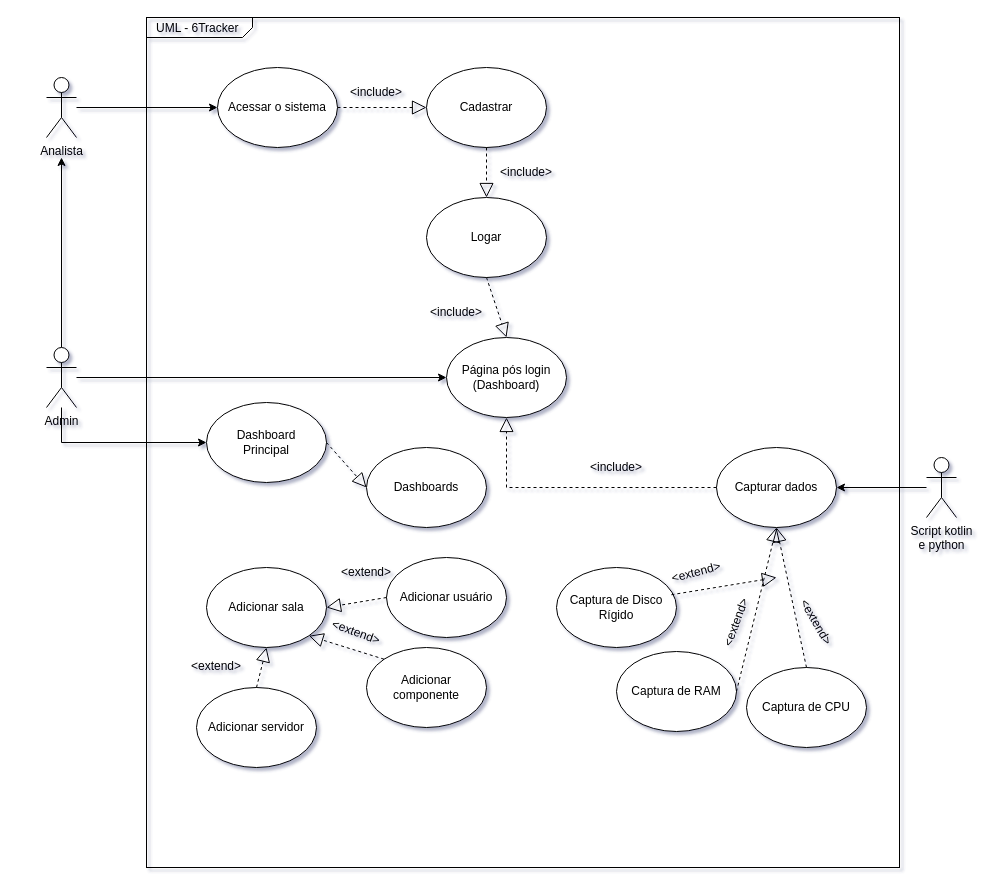
This is Site/Documentação/Documentação ALL/UML - 6Tracker.drawio from Monitoramento-Dados-Sensiveis/6tracker, a draw.io file, before an edit. Source tidied: cells renumbered, new cells numbered last; positions are measured from the earlier drawing's top-left corner, leaving out a move shared by most shapes. Both pictures are drawn from the tidied source at 100%, with x=0, y=0 at pixel (46, 17).
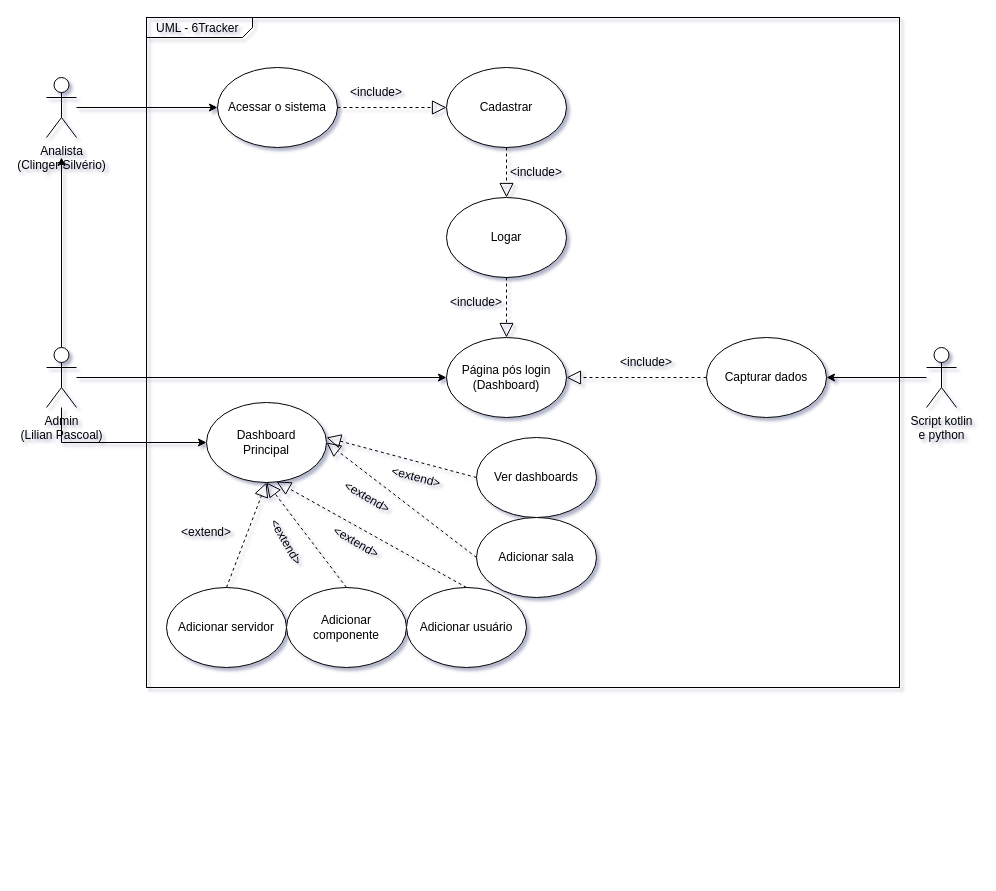
The same page after the edit.

Commit message (it also covers changes not shown here):
Atualizando a UML e o script de R

Unchanged cells that the change refers to:
```xml
<mxCell id="14" value="Página pós login&lt;br&gt;(Dashboard)" style="ellipse;whiteSpace=wrap;html=1;" parent="1" vertex="1">
  <mxGeometry x="400" y="320" width="120" height="80" as="geometry" />
</mxCell>
<mxCell id="43" value="Dashboard &lt;br&gt;Principal" style="ellipse;whiteSpace=wrap;html=1;" parent="1" vertex="1">
  <mxGeometry x="160" y="385" width="120" height="80" as="geometry" />
</mxCell>
```

Change to the diagram source:
```diff
@@
     <mxCell id="2" value="&lt;p style=&quot;margin: 0px ; margin-top: 4px ; margin-left: 10px ; text-align: left&quot;&gt;UML - 6Tracker&lt;/p&gt;" style="html=1;strokeWidth=1;shape=mxgraph.sysml.package;html=1;overflow=fill;whiteSpace=wrap;fillColor=none;gradientColor=none;fontSize=12;align=center;labelX=106.33;" parent="1" vertex="1">
-      <mxGeometry x="100" width="753" height="850" as="geometry" />
+      <mxGeometry x="100" width="753" height="670" as="geometry" />
     </mxCell>
@@
-    <mxCell id="4" value="Analista" style="shape=umlActor;verticalLabelPosition=bottom;verticalAlign=top;html=1;outlineConnect=0;" parent="1" vertex="1">
+    <mxCell id="4" value="Analista&lt;br&gt;(Clinger Silvério)" style="shape=umlActor;verticalLabelPosition=bottom;verticalAlign=top;html=1;outlineConnect=0;" parent="1" vertex="1">
       <mxGeometry y="60" width="30" height="60" as="geometry" />
     </mxCell>
@@
-    <mxCell id="8" value="Admin" style="shape=umlActor;verticalLabelPosition=bottom;verticalAlign=top;html=1;outlineConnect=0;" parent="1" vertex="1">
+    <mxCell id="8" value="Admin&lt;br&gt;(Lilian Pascoal)" style="shape=umlActor;verticalLabelPosition=bottom;verticalAlign=top;html=1;outlineConnect=0;" parent="1" vertex="1">
       <mxGeometry y="330" width="30" height="60" as="geometry" />
     </mxCell>
@@
     <mxCell id="10" value="Cadastrar" style="ellipse;whiteSpace=wrap;html=1;" parent="1" vertex="1">
-      <mxGeometry x="380" y="50" width="120" height="80" as="geometry" />
+      <mxGeometry x="400" y="50" width="120" height="80" as="geometry" />
     </mxCell>
@@
     <mxCell id="13" value="Logar" style="ellipse;whiteSpace=wrap;html=1;" parent="1" vertex="1">
-      <mxGeometry x="380" y="180" width="120" height="80" as="geometry" />
+      <mxGeometry x="400" y="180" width="120" height="80" as="geometry" />
     </mxCell>
@@
     <mxCell id="16" value="&amp;lt;include&amp;gt;" style="text;html=1;strokeColor=none;fillColor=none;align=center;verticalAlign=middle;whiteSpace=wrap;rounded=0;rotation=0;" parent="1" vertex="1">
-      <mxGeometry x="380" y="280" width="60" height="30" as="geometry" />
+      <mxGeometry x="400" y="270" width="60" height="30" as="geometry" />
     </mxCell>
     <mxCell id="17" value="Adicionar sala" style="ellipse;whiteSpace=wrap;html=1;" parent="1" vertex="1">
-      <mxGeometry x="160" y="550" width="120" height="80" as="geometry" />
+      <mxGeometry x="430" y="500" width="120" height="80" as="geometry" />
     </mxCell>
     <mxCell id="18" value="Adicionar servidor" style="ellipse;whiteSpace=wrap;html=1;" parent="1" vertex="1">
-      <mxGeometry x="150" y="670" width="120" height="80" as="geometry" />
+      <mxGeometry x="120" y="570" width="120" height="80" as="geometry" />
     </mxCell>
     <mxCell id="19" value="Adicionar componente" style="ellipse;whiteSpace=wrap;html=1;" parent="1" vertex="1">
-      <mxGeometry x="320" y="630" width="120" height="80" as="geometry" />
+      <mxGeometry x="240" y="570" width="120" height="80" as="geometry" />
     </mxCell>
     <mxCell id="20" value="Adicionar usuário" style="ellipse;whiteSpace=wrap;html=1;" parent="1" vertex="1">
-      <mxGeometry x="340" y="540" width="120" height="80" as="geometry" />
+      <mxGeometry x="360" y="570" width="120" height="80" as="geometry" />
     </mxCell>
-    <mxCell id="21" style="endArrow=block;dashed=1;endFill=0;endSize=12;html=1;rounded=0;entryX=0.5;entryY=1;entryDx=0;entryDy=0;exitX=0.5;exitY=0;exitDx=0;exitDy=0;" parent="1" edge="1" source="18" target="17">
-      <mxGeometry relative="1" as="geometry" />
-    </mxCell>
-    <mxCell id="22" style="endArrow=block;dashed=1;endFill=0;endSize=12;html=1;rounded=0;entryX=1;entryY=1;entryDx=0;entryDy=0;exitX=0;exitY=0;exitDx=0;exitDy=0;" parent="1" edge="1" source="19" target="17">
-      <mxGeometry relative="1" as="geometry" />
-    </mxCell>
-    <mxCell id="23" style="endArrow=block;dashed=1;endFill=0;endSize=12;html=1;rounded=0;entryX=1;entryY=0.5;entryDx=0;entryDy=0;exitX=0;exitY=0.5;exitDx=0;exitDy=0;" parent="1" edge="1" source="20" target="17">
-      <mxGeometry relative="1" as="geometry" />
-    </mxCell>
-    <mxCell id="24" value="&amp;lt;extend&amp;gt;" style="text;html=1;strokeColor=none;fillColor=none;align=center;verticalAlign=middle;whiteSpace=wrap;rounded=0;" parent="1" vertex="1">
-      <mxGeometry x="140" y="634" width="60" height="30" as="geometry" />
-    </mxCell>
-    <mxCell id="25" value="&amp;lt;extend&amp;gt;" style="text;html=1;strokeColor=none;fillColor=none;align=center;verticalAlign=middle;whiteSpace=wrap;rounded=0;rotation=20;" parent="1" vertex="1">
-      <mxGeometry x="280" y="600" width="60" height="30" as="geometry" />
-    </mxCell>
-    <mxCell id="26" value="&amp;lt;extend&amp;gt;" style="text;html=1;strokeColor=none;fillColor=none;align=center;verticalAlign=middle;whiteSpace=wrap;rounded=0;" parent="1" vertex="1">
-      <mxGeometry x="290" y="540" width="60" height="30" as="geometry" />
-    </mxCell>
     <mxCell id="27" value="&amp;lt;include&amp;gt;" style="text;html=1;strokeColor=none;fillColor=none;align=center;verticalAlign=middle;whiteSpace=wrap;rounded=0;rotation=0;" parent="1" vertex="1">
-      <mxGeometry x="450" y="140" width="60" height="30" as="geometry" />
+      <mxGeometry x="460" y="140" width="60" height="30" as="geometry" />
     </mxCell>
@@
     <mxCell id="29" value="Script kotlin &lt;br&gt;e python" style="shape=umlActor;verticalLabelPosition=bottom;verticalAlign=top;html=1;outlineConnect=0;" parent="1" vertex="1">
-      <mxGeometry x="880" y="440" width="30" height="60" as="geometry" />
+      <mxGeometry x="880" y="330" width="30" height="60" as="geometry" />
     </mxCell>
     <mxCell id="30" value="Capturar dados" style="ellipse;whiteSpace=wrap;html=1;" parent="1" vertex="1">
-      <mxGeometry x="670" y="430" width="120" height="80" as="geometry" />
+      <mxGeometry x="660" y="320" width="120" height="80" as="geometry" />
     </mxCell>
-    <mxCell id="31" value="Captura de CPU" style="ellipse;whiteSpace=wrap;html=1;" parent="1" vertex="1">
-      <mxGeometry x="700" y="650" width="120" height="80" as="geometry" />
-    </mxCell>
-    <mxCell id="32" value="Captura de RAM" style="ellipse;whiteSpace=wrap;html=1;" parent="1" vertex="1">
-      <mxGeometry x="570" y="634" width="120" height="80" as="geometry" />
-    </mxCell>
-    <mxCell id="33" value="Captura de Disco Rígido" style="ellipse;whiteSpace=wrap;html=1;" parent="1" vertex="1">
-      <mxGeometry x="510" y="550" width="120" height="80" as="geometry" />
-    </mxCell>
-    <mxCell id="34" style="endArrow=block;dashed=1;endFill=0;endSize=12;html=1;rounded=0;exitX=1;exitY=0.5;exitDx=0;exitDy=0;entryX=0.5;entryY=1;entryDx=0;entryDy=0;" parent="1" edge="1" source="32" target="30">
-      <mxGeometry relative="1" as="geometry" />
-    </mxCell>
-    <mxCell id="35" style="endArrow=block;dashed=1;endFill=0;endSize=12;html=1;rounded=0;entryX=0.5;entryY=1;entryDx=0;entryDy=0;exitX=0.5;exitY=0;exitDx=0;exitDy=0;" parent="1" edge="1" source="31" target="30">
-      <mxGeometry relative="1" as="geometry" />
-    </mxCell>
@@
-    <mxCell id="37" value="&amp;lt;extend&amp;gt;" style="text;html=1;strokeColor=none;fillColor=none;align=center;verticalAlign=middle;whiteSpace=wrap;rounded=0;rotation=-15;" parent="1" vertex="1">
-      <mxGeometry x="620" y="540" width="60" height="30" as="geometry" />
-    </mxCell>
-    <mxCell id="38" value="&amp;lt;extend&amp;gt;" style="text;html=1;strokeColor=none;fillColor=none;align=center;verticalAlign=middle;whiteSpace=wrap;rounded=0;rotation=-70;" parent="1" vertex="1">
-      <mxGeometry x="660" y="590" width="60" height="30" as="geometry" />
-    </mxCell>
-    <mxCell id="39" value="&amp;lt;extend&amp;gt;" style="text;html=1;strokeColor=none;fillColor=none;align=center;verticalAlign=middle;whiteSpace=wrap;rounded=0;rotation=60;" parent="1" vertex="1">
-      <mxGeometry x="740" y="590" width="60" height="30" as="geometry" />
-    </mxCell>
-    <mxCell id="40" style="endArrow=block;dashed=1;endFill=0;endSize=12;html=1;rounded=0;exitX=0;exitY=1;exitDx=0;exitDy=0;" parent="1" edge="1" source="37">
-      <mxGeometry relative="1" as="geometry">
-        <mxPoint x="730" y="560" as="targetPoint" />
-      </mxGeometry>
-    </mxCell>
-    <mxCell id="41" style="endArrow=block;dashed=1;endFill=0;endSize=12;html=1;rounded=0;entryX=0.5;entryY=1;entryDx=0;entryDy=0;exitX=0;exitY=0.5;exitDx=0;exitDy=0;" parent="1" edge="1" source="30" target="14">
-      <mxGeometry relative="1" as="geometry">
-        <Array as="points">
-          <mxPoint x="460" y="470" />
-        </Array>
-      </mxGeometry>
+    <mxCell id="41" style="endArrow=block;dashed=1;endFill=0;endSize=12;html=1;rounded=0;entryX=1;entryY=0.5;entryDx=0;entryDy=0;exitX=0;exitY=0.5;exitDx=0;exitDy=0;" parent="1" edge="1" source="30" target="14">
+      <mxGeometry relative="1" as="geometry" />
     </mxCell>
-    <mxCell id="42" value="&amp;lt;include&amp;gt;" style="text;html=1;strokeColor=none;fillColor=none;align=center;verticalAlign=middle;whiteSpace=wrap;rounded=0;" parent="1" vertex="1">
-      <mxGeometry x="540" y="435" width="60" height="30" as="geometry" />
-    </mxCell>
@@
-    <mxCell id="44" value="Dashboards" style="ellipse;whiteSpace=wrap;html=1;" parent="1" vertex="1">
-      <mxGeometry x="320" y="430" width="120" height="80" as="geometry" />
+    <mxCell id="44" value="Ver dashboards" style="ellipse;whiteSpace=wrap;html=1;" parent="1" vertex="1">
+      <mxGeometry x="430" y="420" width="120" height="80" as="geometry" />
     </mxCell>
-    <mxCell id="45" style="endArrow=block;dashed=1;endFill=0;endSize=12;html=1;rounded=0;exitX=1;exitY=0.5;exitDx=0;exitDy=0;entryX=0;entryY=0.5;entryDx=0;entryDy=0;" parent="1" edge="1" source="43" target="44">
-      <mxGeometry relative="1" as="geometry" />
-    </mxCell>
+    <mxCell id="42" value="&amp;lt;include&amp;gt;" style="text;html=1;strokeColor=none;fillColor=none;align=center;verticalAlign=middle;whiteSpace=wrap;rounded=0;rotation=0;" parent="1" vertex="1">
+      <mxGeometry x="570" y="330" width="60" height="30" as="geometry" />
+    </mxCell>
+    <mxCell id="46" style="endArrow=block;dashed=1;endFill=0;endSize=12;html=1;rounded=0;entryX=0.5;entryY=1;entryDx=0;entryDy=0;exitX=0.5;exitY=0;exitDx=0;exitDy=0;" parent="1" edge="1" source="18" target="43">
+      <mxGeometry relative="1" as="geometry" />
+    </mxCell>
+    <mxCell id="47" style="endArrow=block;dashed=1;endFill=0;endSize=12;html=1;rounded=0;exitX=0.5;exitY=0;exitDx=0;exitDy=0;entryX=0.5;entryY=1;entryDx=0;entryDy=0;" parent="1" edge="1" source="19" target="43">
+      <mxGeometry relative="1" as="geometry" />
+    </mxCell>
+    <mxCell id="48" style="endArrow=block;dashed=1;endFill=0;endSize=12;html=1;rounded=0;entryX=0.583;entryY=0.988;entryDx=0;entryDy=0;exitX=0.5;exitY=0;exitDx=0;exitDy=0;entryPerimeter=0;" parent="1" edge="1" source="20" target="43">
+      <mxGeometry relative="1" as="geometry" />
+    </mxCell>
+    <mxCell id="49" style="endArrow=block;dashed=1;endFill=0;endSize=12;html=1;rounded=0;entryX=1;entryY=0.5;entryDx=0;entryDy=0;exitX=0;exitY=0.5;exitDx=0;exitDy=0;" parent="1" edge="1" source="17" target="43">
+      <mxGeometry relative="1" as="geometry" />
+    </mxCell>
+    <mxCell id="50" style="endArrow=block;dashed=1;endFill=0;endSize=12;html=1;rounded=0;exitX=0;exitY=0.5;exitDx=0;exitDy=0;" parent="1" edge="1" source="44">
+      <mxGeometry relative="1" as="geometry">
+        <mxPoint x="280" y="420" as="targetPoint" />
+      </mxGeometry>
+    </mxCell>
+    <mxCell id="51" value="&amp;lt;extend&amp;gt;" style="text;html=1;strokeColor=none;fillColor=none;align=center;verticalAlign=middle;whiteSpace=wrap;rounded=0;rotation=30;" parent="1" vertex="1">
+      <mxGeometry x="291" y="465" width="60" height="30" as="geometry" />
+    </mxCell>
+    <mxCell id="52" value="&amp;lt;extend&amp;gt;" style="text;html=1;strokeColor=none;fillColor=none;align=center;verticalAlign=middle;whiteSpace=wrap;rounded=0;rotation=30;" parent="1" vertex="1">
+      <mxGeometry x="280" y="510" width="60" height="30" as="geometry" />
+    </mxCell>
+    <mxCell id="39" value="&amp;lt;extend&amp;gt;" style="text;html=1;strokeColor=none;fillColor=none;align=center;verticalAlign=middle;whiteSpace=wrap;rounded=0;rotation=60;" parent="1" vertex="1">
+      <mxGeometry x="210" y="510" width="60" height="30" as="geometry" />
+    </mxCell>
+    <mxCell id="53" value="&amp;lt;extend&amp;gt;" style="text;html=1;strokeColor=none;fillColor=none;align=center;verticalAlign=middle;whiteSpace=wrap;rounded=0;rotation=0;" parent="1" vertex="1">
+      <mxGeometry x="130" y="500" width="60" height="30" as="geometry" />
+    </mxCell>
+    <mxCell id="54" value="&amp;lt;extend&amp;gt;" style="text;html=1;strokeColor=none;fillColor=none;align=center;verticalAlign=middle;whiteSpace=wrap;rounded=0;rotation=15;" parent="1" vertex="1">
+      <mxGeometry x="340" y="445" width="60" height="30" as="geometry" />
+    </mxCell>
```
